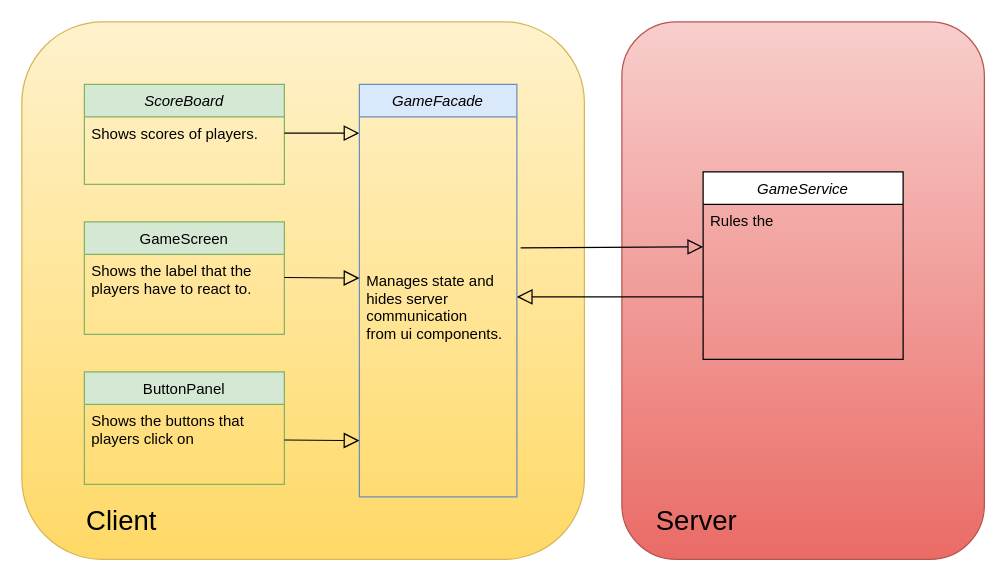
Before: documentation/angularMultiplayerReaction.drawio in SoftwareKater/nx-confusion, a draw.io diagram. Source tidied: cells renumbered, new cells numbered last; positions are measured from the earlier drawing's top-left corner, leaving out a move shared by most shapes. Both pictures are drawn from the tidied source at 125%, with x=0, y=0 at pixel (21, 21).
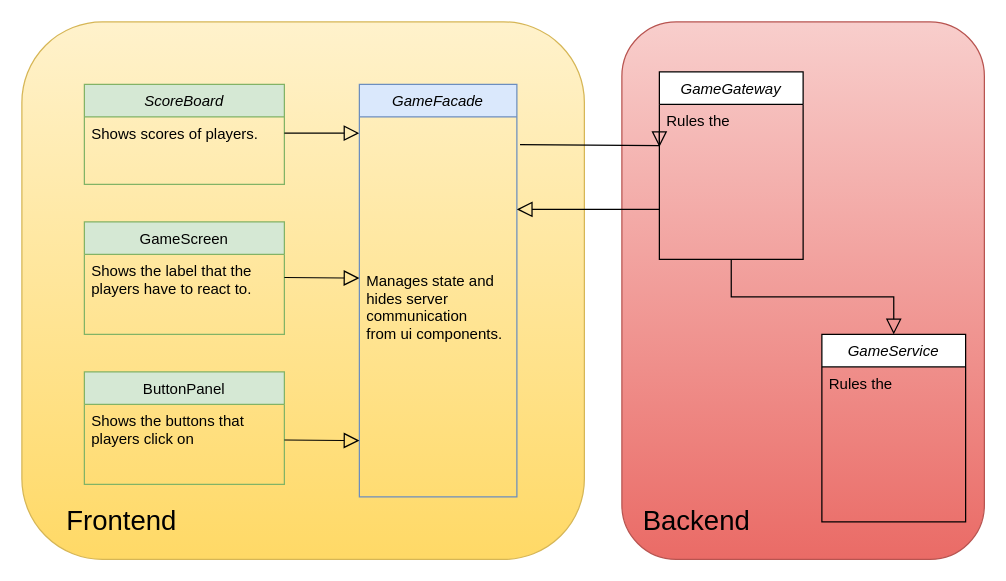
After the change.

Unchanged cells that the change refers to:
```xml
<mxCell id="5" value="Shows scores of players." style="text;align=left;verticalAlign=top;spacingLeft=4;spacingRight=4;overflow=hidden;points=[[0,0.5],[1,0.5]];portConstraint=eastwest;" parent="4" vertex="1">
  <mxGeometry y="26" width="160" height="26" as="geometry" />
</mxCell>
<mxCell id="12" value="Manages state and&#10;hides server &#10;communication&#10;from ui components." style="text;align=left;verticalAlign=middle;spacingLeft=4;spacingRight=4;overflow=hidden;points=[[0,0.5],[1,0.5]];portConstraint=eastwest;direction=south;horizontal=1;" parent="11" vertex="1">
  <mxGeometry y="26" width="126" height="304" as="geometry" />
</mxCell>
```

Change to the diagram source:
```diff
@@
-    <mxCell id="8" style="endArrow=block;endSize=10;endFill=0;shadow=0;strokeWidth=1;rounded=0;edgeStyle=elbowEdgeStyle;elbow=vertical;exitX=1;exitY=0.5;exitDx=0;exitDy=0;entryX=0.043;entryY=1;entryDx=0;entryDy=0;entryPerimeter=0;" parent="1" edge="1" source="5" target="12">
+    <mxCell id="8" style="endArrow=block;endSize=10;endFill=0;shadow=0;strokeWidth=1;rounded=0;edgeStyle=elbowEdgeStyle;elbow=vertical;exitX=1;exitY=0.5;exitDx=0;exitDy=0;entryX=0.043;entryY=1;entryDx=0;entryDy=0;entryPerimeter=0;strokeColor=#000000;" parent="1" edge="1" source="5" target="12">
       <mxGeometry relative="1" as="geometry" />
     </mxCell>
@@
-    <mxCell id="13" style="endArrow=block;endSize=10;endFill=0;shadow=0;strokeWidth=1;rounded=0;edgeStyle=elbowEdgeStyle;elbow=vertical;exitX=1;exitY=0.5;exitDx=0;exitDy=0;entryX=0.424;entryY=1;entryDx=0;entryDy=0;entryPerimeter=0;" parent="1" edge="1" target="12">
+    <mxCell id="13" style="endArrow=block;endSize=10;endFill=0;shadow=0;strokeWidth=1;rounded=0;edgeStyle=elbowEdgeStyle;elbow=vertical;exitX=1;exitY=0.5;exitDx=0;exitDy=0;entryX=0.424;entryY=1;entryDx=0;entryDy=0;entryPerimeter=0;strokeColor=#000000;" parent="1" edge="1" target="12">
       <mxGeometry relative="1" as="geometry">
         <mxPoint x="210" y="204.5" as="sourcePoint" />
       </mxGeometry>
     </mxCell>
-    <mxCell id="14" style="endArrow=block;endSize=10;endFill=0;shadow=0;strokeWidth=1;rounded=0;edgeStyle=elbowEdgeStyle;elbow=vertical;exitX=1;exitY=0.5;exitDx=0;exitDy=0;entryX=0.852;entryY=1;entryDx=0;entryDy=0;entryPerimeter=0;" parent="1" edge="1" target="12">
+    <mxCell id="14" style="endArrow=block;endSize=10;endFill=0;shadow=0;strokeWidth=1;rounded=0;edgeStyle=elbowEdgeStyle;elbow=vertical;exitX=1;exitY=0.5;exitDx=0;exitDy=0;entryX=0.852;entryY=1;entryDx=0;entryDy=0;entryPerimeter=0;strokeColor=#000000;" parent="1" edge="1" target="12">
       <mxGeometry relative="1" as="geometry">
         <mxPoint x="210" y="334.5" as="sourcePoint" />
       </mxGeometry>
     </mxCell>
-    <mxCell id="15" value="GameService" style="swimlane;fontStyle=2;align=center;verticalAlign=top;horizontal=1;startSize=26;rounded=0;shadow=0;strokeWidth=1;fillColor=#FFFFFF;" parent="1" vertex="1">
-      <mxGeometry x="545" y="120" width="160" height="150" as="geometry" />
-    </mxCell>
-    <mxCell id="16" value="Rules the " style="text;align=left;verticalAlign=top;spacingLeft=4;spacingRight=4;overflow=hidden;points=[[0,0.5],[1,0.5]];portConstraint=eastwest;" parent="15" vertex="1">
-      <mxGeometry y="26" width="160" height="54" as="geometry" />
-    </mxCell>
-    <mxCell id="17" value="Client" style="rounded=0;whiteSpace=wrap;html=1;shadow=0;glass=0;sketch=0;fontSize=22;fillColor=none;strokeColor=none;" parent="1" vertex="1">
+    <mxCell id="17" value="Frontend" style="rounded=0;whiteSpace=wrap;html=1;shadow=0;glass=0;sketch=0;fontSize=22;fillColor=none;strokeColor=none;" parent="1" vertex="1">
       <mxGeometry x="20" y="380" width="120" height="40" as="geometry" />
     </mxCell>
-    <mxCell id="18" value="Server" style="rounded=0;whiteSpace=wrap;html=1;shadow=0;glass=0;sketch=0;fontSize=22;fillColor=none;strokeColor=none;" parent="1" vertex="1">
+    <mxCell id="18" value="Backend" style="rounded=0;whiteSpace=wrap;html=1;shadow=0;glass=0;sketch=0;fontSize=22;fillColor=none;strokeColor=none;" parent="1" vertex="1">
       <mxGeometry x="480" y="380" width="120" height="40" as="geometry" />
     </mxCell>
-    <mxCell id="19" style="endArrow=block;endSize=10;endFill=0;shadow=0;strokeWidth=1;rounded=0;edgeStyle=elbowEdgeStyle;elbow=vertical;exitX=0.345;exitY=-0.024;exitDx=0;exitDy=0;exitPerimeter=0;entryX=0;entryY=0.63;entryDx=0;entryDy=0;entryPerimeter=0;" parent="1" edge="1" source="12" target="16">
+    <mxCell id="19" style="endArrow=block;endSize=10;endFill=0;shadow=0;strokeWidth=1;rounded=0;edgeStyle=elbowEdgeStyle;elbow=vertical;exitX=0.073;exitY=-0.02;exitDx=0;exitDy=0;exitPerimeter=0;entryX=0;entryY=0.63;entryDx=0;entryDy=0;entryPerimeter=0;strokeColor=#000000;" parent="1" edge="1" source="12" target="16">
       <mxGeometry relative="1" as="geometry" />
     </mxCell>
-    <mxCell id="20" style="endArrow=block;endSize=10;endFill=0;shadow=0;strokeWidth=1;rounded=0;edgeStyle=elbowEdgeStyle;elbow=vertical;" parent="1" edge="1" target="12">
+    <mxCell id="20" style="endArrow=block;endSize=10;endFill=0;shadow=0;strokeWidth=1;rounded=0;edgeStyle=elbowEdgeStyle;elbow=vertical;strokeColor=#000000;" parent="1" edge="1" target="12">
       <mxGeometry relative="1" as="geometry">
-        <mxPoint x="545" y="220" as="sourcePoint" />
+        <mxPoint x="510" y="150" as="sourcePoint" />
         <Array as="points">
+          <mxPoint x="460" y="150" />
           <mxPoint x="485" y="220" />
         </Array>
       </mxGeometry>
     </mxCell>
+    <mxCell id="21" value="GameService" style="swimlane;fontStyle=2;align=center;verticalAlign=top;horizontal=1;startSize=26;rounded=0;shadow=0;strokeWidth=1;fillColor=#FFFFFF;fontColor=#000000;" parent="1" vertex="1">
+      <mxGeometry x="640" y="250" width="115" height="150" as="geometry" />
+    </mxCell>
+    <mxCell id="22" value="Rules the " style="text;align=left;verticalAlign=top;spacingLeft=4;spacingRight=4;overflow=hidden;" parent="21" vertex="1">
+      <mxGeometry y="26" width="115" height="54" as="geometry" />
+    </mxCell>
+    <mxCell id="23" style="endArrow=block;endSize=10;endFill=0;shadow=0;strokeWidth=1;rounded=0;edgeStyle=elbowEdgeStyle;elbow=vertical;exitX=0.5;exitY=1;exitDx=0;exitDy=0;strokeColor=#000000;" parent="1" edge="1" source="15" target="21">
+      <mxGeometry relative="1" as="geometry" />
+    </mxCell>
+    <mxCell id="15" value="GameGateway" style="swimlane;fontStyle=2;align=center;verticalAlign=top;horizontal=1;startSize=26;rounded=0;shadow=0;strokeWidth=1;fillColor=#FFFFFF;fontColor=#000000;" parent="1" vertex="1">
+      <mxGeometry x="510" y="40" width="115" height="150" as="geometry" />
+    </mxCell>
+    <mxCell id="16" value="Rules the " style="text;align=left;verticalAlign=top;spacingLeft=4;spacingRight=4;overflow=hidden;points=[[0,0.5],[1,0.5]];portConstraint=eastwest;" parent="15" vertex="1">
+      <mxGeometry y="26" width="115" height="54" as="geometry" />
+    </mxCell>
```
